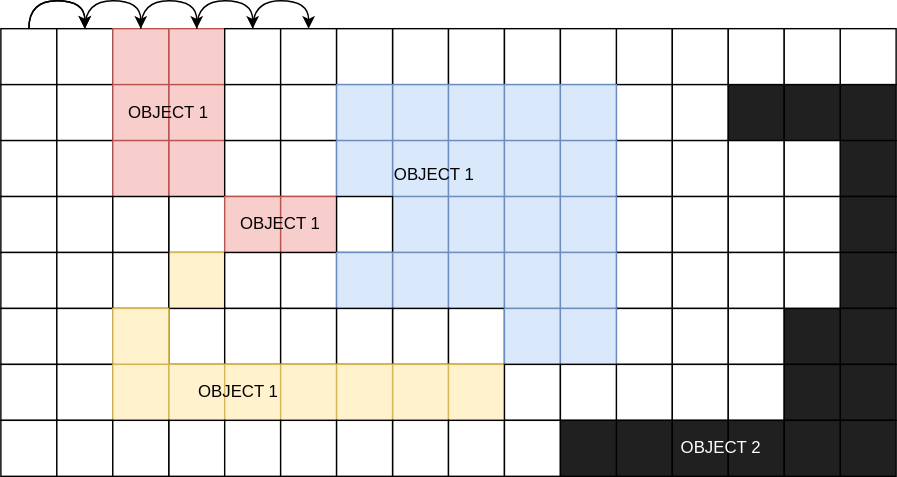
Earlier version of the draw.io export doc/linkruncca/linkruncca.drawio.svg (Topi-ab/linkruncca). Source tidied: cells renumbered, new cells last; positions are measured from the earlier drawing's top-left corner, leaving out a move shared by most shapes.
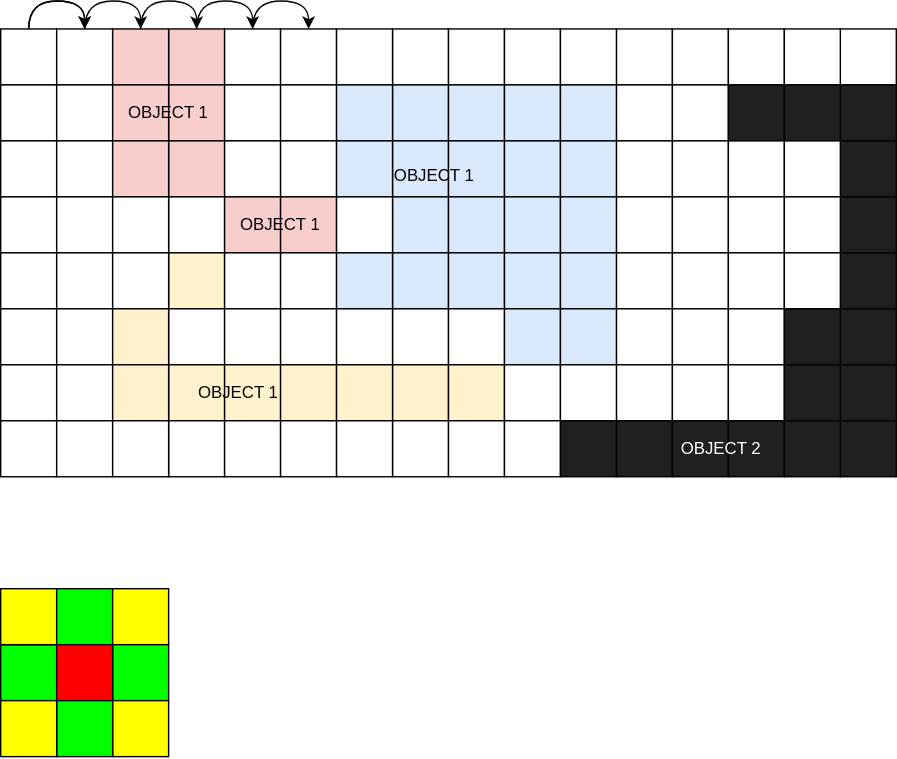
After the commit.

The edit, as a diff of the source:
```diff
@@ -11,10 +11,10 @@
     <mxCell id="4" style="whiteSpace=wrap;html=1;" parent="1" vertex="1">
       <mxGeometry x="40" y="20" width="40" height="40" as="geometry" />
     </mxCell>
-    <mxCell id="5" style="whiteSpace=wrap;html=1;fillColor=#f8cecc;strokeColor=#b85450;" parent="1" vertex="1">
+    <mxCell id="5" style="whiteSpace=wrap;html=1;fillColor=#f8cecc;strokeColor=light-dark(#000000, #d7817e);" parent="1" vertex="1">
       <mxGeometry x="120" y="20" width="40" height="40" as="geometry" />
     </mxCell>
-    <mxCell id="6" style="whiteSpace=wrap;html=1;fillColor=#f8cecc;strokeColor=#b85450;" parent="1" vertex="1">
+    <mxCell id="6" style="whiteSpace=wrap;html=1;fillColor=#f8cecc;strokeColor=light-dark(#000000, #d7817e);" parent="1" vertex="1">
       <mxGeometry x="80" y="20" width="40" height="40" as="geometry" />
     </mxCell>
     <mxCell id="7" style="whiteSpace=wrap;html=1;" parent="1" vertex="1">
@@ -59,10 +59,10 @@
     <mxCell id="20" style="whiteSpace=wrap;html=1;" parent="1" vertex="1">
       <mxGeometry x="40" y="60" width="40" height="40" as="geometry" />
     </mxCell>
-    <mxCell id="21" style="whiteSpace=wrap;html=1;fillColor=#f8cecc;strokeColor=#b85450;" parent="1" vertex="1">
+    <mxCell id="21" style="whiteSpace=wrap;html=1;fillColor=#f8cecc;strokeColor=light-dark(#000000, #d7817e);" parent="1" vertex="1">
       <mxGeometry x="120" y="60" width="40" height="40" as="geometry" />
     </mxCell>
-    <mxCell id="22" style="whiteSpace=wrap;html=1;fillColor=#f8cecc;strokeColor=#b85450;" parent="1" vertex="1">
+    <mxCell id="22" style="whiteSpace=wrap;html=1;fillColor=#f8cecc;strokeColor=light-dark(#000000, #d7817e);" parent="1" vertex="1">
       <mxGeometry x="80" y="60" width="40" height="40" as="geometry" />
     </mxCell>
     <mxCell id="23" style="whiteSpace=wrap;html=1;" parent="1" vertex="1">
@@ -71,22 +71,22 @@
     <mxCell id="24" style="whiteSpace=wrap;html=1;" parent="1" vertex="1">
       <mxGeometry x="200" y="60" width="40" height="40" as="geometry" />
     </mxCell>
-    <mxCell id="25" style="whiteSpace=wrap;html=1;fillColor=#dae8fc;strokeColor=#6c8ebf;" parent="1" vertex="1">
+    <mxCell id="25" style="whiteSpace=wrap;html=1;fillColor=#dae8fc;strokeColor=#000000;" parent="1" vertex="1">
       <mxGeometry x="280" y="60" width="40" height="40" as="geometry" />
     </mxCell>
-    <mxCell id="26" style="whiteSpace=wrap;html=1;fillColor=#dae8fc;strokeColor=#6c8ebf;" parent="1" vertex="1">
+    <mxCell id="26" style="whiteSpace=wrap;html=1;fillColor=#dae8fc;strokeColor=#000000;" parent="1" vertex="1">
       <mxGeometry x="240" y="60" width="40" height="40" as="geometry" />
     </mxCell>
-    <mxCell id="27" style="whiteSpace=wrap;html=1;fillColor=#dae8fc;strokeColor=#6c8ebf;" parent="1" vertex="1">
+    <mxCell id="27" style="whiteSpace=wrap;html=1;fillColor=#dae8fc;strokeColor=#000000;" parent="1" vertex="1">
       <mxGeometry x="320" y="60" width="40" height="40" as="geometry" />
     </mxCell>
-    <mxCell id="28" style="whiteSpace=wrap;html=1;fillColor=#dae8fc;strokeColor=#6c8ebf;" parent="1" vertex="1">
+    <mxCell id="28" style="whiteSpace=wrap;html=1;fillColor=#dae8fc;strokeColor=#000000;" parent="1" vertex="1">
       <mxGeometry x="360" y="60" width="40" height="40" as="geometry" />
     </mxCell>
     <mxCell id="29" style="whiteSpace=wrap;html=1;" parent="1" vertex="1">
       <mxGeometry x="440" y="60" width="40" height="40" as="geometry" />
     </mxCell>
-    <mxCell id="30" style="whiteSpace=wrap;html=1;fillColor=#dae8fc;strokeColor=#6c8ebf;" parent="1" vertex="1">
+    <mxCell id="30" style="whiteSpace=wrap;html=1;fillColor=#dae8fc;strokeColor=#000000;" parent="1" vertex="1">
       <mxGeometry x="400" y="60" width="40" height="40" as="geometry" />
     </mxCell>
     <mxCell id="31" style="whiteSpace=wrap;html=1;" parent="1" vertex="1">
@@ -107,10 +107,10 @@
     <mxCell id="36" style="whiteSpace=wrap;html=1;" parent="1" vertex="1">
       <mxGeometry x="40" y="100" width="40" height="40" as="geometry" />
     </mxCell>
-    <mxCell id="37" style="whiteSpace=wrap;html=1;fillColor=#f8cecc;strokeColor=#b85450;" parent="1" vertex="1">
+    <mxCell id="37" style="whiteSpace=wrap;html=1;fillColor=#f8cecc;strokeColor=light-dark(#000000, #d7817e);" parent="1" vertex="1">
       <mxGeometry x="120" y="100" width="40" height="40" as="geometry" />
     </mxCell>
-    <mxCell id="38" style="whiteSpace=wrap;html=1;fillColor=#f8cecc;strokeColor=#b85450;" parent="1" vertex="1">
+    <mxCell id="38" style="whiteSpace=wrap;html=1;fillColor=#f8cecc;strokeColor=light-dark(#000000, #d7817e);" parent="1" vertex="1">
       <mxGeometry x="80" y="100" width="40" height="40" as="geometry" />
     </mxCell>
     <mxCell id="39" style="whiteSpace=wrap;html=1;" parent="1" vertex="1">
@@ -119,22 +119,22 @@
     <mxCell id="40" style="whiteSpace=wrap;html=1;" parent="1" vertex="1">
       <mxGeometry x="200" y="100" width="40" height="40" as="geometry" />
     </mxCell>
-    <mxCell id="41" style="whiteSpace=wrap;html=1;fillColor=#dae8fc;strokeColor=#6c8ebf;" parent="1" vertex="1">
+    <mxCell id="41" style="whiteSpace=wrap;html=1;fillColor=#dae8fc;strokeColor=#000000;" parent="1" vertex="1">
       <mxGeometry x="280" y="100" width="40" height="40" as="geometry" />
     </mxCell>
-    <mxCell id="42" style="whiteSpace=wrap;html=1;fillColor=#dae8fc;strokeColor=#6c8ebf;" parent="1" vertex="1">
+    <mxCell id="42" style="whiteSpace=wrap;html=1;fillColor=#dae8fc;strokeColor=#000000;" parent="1" vertex="1">
       <mxGeometry x="240" y="100" width="40" height="40" as="geometry" />
     </mxCell>
-    <mxCell id="43" style="whiteSpace=wrap;html=1;fillColor=#dae8fc;strokeColor=#6c8ebf;" parent="1" vertex="1">
+    <mxCell id="43" style="whiteSpace=wrap;html=1;fillColor=#dae8fc;strokeColor=#000000;" parent="1" vertex="1">
       <mxGeometry x="320" y="100" width="40" height="40" as="geometry" />
     </mxCell>
-    <mxCell id="44" style="whiteSpace=wrap;html=1;fillColor=#dae8fc;strokeColor=#6c8ebf;" parent="1" vertex="1">
+    <mxCell id="44" style="whiteSpace=wrap;html=1;fillColor=#dae8fc;strokeColor=#000000;" parent="1" vertex="1">
       <mxGeometry x="360" y="100" width="40" height="40" as="geometry" />
     </mxCell>
     <mxCell id="45" style="whiteSpace=wrap;html=1;" parent="1" vertex="1">
       <mxGeometry x="440" y="100" width="40" height="40" as="geometry" />
     </mxCell>
-    <mxCell id="46" style="whiteSpace=wrap;html=1;fillColor=#dae8fc;strokeColor=#6c8ebf;" parent="1" vertex="1">
+    <mxCell id="46" style="whiteSpace=wrap;html=1;fillColor=#dae8fc;strokeColor=#000000;" parent="1" vertex="1">
       <mxGeometry x="400" y="100" width="40" height="40" as="geometry" />
     </mxCell>
     <mxCell id="47" style="whiteSpace=wrap;html=1;" parent="1" vertex="1">
@@ -161,28 +161,28 @@
     <mxCell id="54" style="whiteSpace=wrap;html=1;" parent="1" vertex="1">
       <mxGeometry x="80" y="140" width="40" height="40" as="geometry" />
     </mxCell>
-    <mxCell id="55" style="whiteSpace=wrap;html=1;fillColor=#f8cecc;strokeColor=#b85450;" parent="1" vertex="1">
+    <mxCell id="55" style="whiteSpace=wrap;html=1;fillColor=#f8cecc;strokeColor=light-dark(#000000, #d7817e);" parent="1" vertex="1">
       <mxGeometry x="160" y="140" width="40" height="40" as="geometry" />
     </mxCell>
-    <mxCell id="56" style="whiteSpace=wrap;html=1;fillColor=#f8cecc;strokeColor=#b85450;" parent="1" vertex="1">
+    <mxCell id="56" style="whiteSpace=wrap;html=1;fillColor=#f8cecc;strokeColor=light-dark(#000000, #d7817e);" parent="1" vertex="1">
       <mxGeometry x="200" y="140" width="40" height="40" as="geometry" />
     </mxCell>
-    <mxCell id="57" style="whiteSpace=wrap;html=1;fillColor=#dae8fc;strokeColor=#6c8ebf;" parent="1" vertex="1">
+    <mxCell id="57" style="whiteSpace=wrap;html=1;fillColor=#dae8fc;strokeColor=#000000;" parent="1" vertex="1">
       <mxGeometry x="280" y="140" width="40" height="40" as="geometry" />
     </mxCell>
     <mxCell id="58" style="whiteSpace=wrap;html=1;" parent="1" vertex="1">
       <mxGeometry x="240" y="140" width="40" height="40" as="geometry" />
     </mxCell>
-    <mxCell id="59" style="whiteSpace=wrap;html=1;fillColor=#dae8fc;strokeColor=#6c8ebf;" parent="1" vertex="1">
+    <mxCell id="59" style="whiteSpace=wrap;html=1;fillColor=#dae8fc;strokeColor=#000000;" parent="1" vertex="1">
       <mxGeometry x="320" y="140" width="40" height="40" as="geometry" />
     </mxCell>
-    <mxCell id="60" style="whiteSpace=wrap;html=1;fillColor=#dae8fc;strokeColor=#6c8ebf;" parent="1" vertex="1">
+    <mxCell id="60" style="whiteSpace=wrap;html=1;fillColor=#dae8fc;strokeColor=#000000;" parent="1" vertex="1">
       <mxGeometry x="360" y="140" width="40" height="40" as="geometry" />
     </mxCell>
     <mxCell id="61" style="whiteSpace=wrap;html=1;" parent="1" vertex="1">
       <mxGeometry x="440" y="140" width="40" height="40" as="geometry" />
     </mxCell>
-    <mxCell id="62" style="whiteSpace=wrap;html=1;fillColor=#dae8fc;strokeColor=#6c8ebf;" parent="1" vertex="1">
+    <mxCell id="62" style="whiteSpace=wrap;html=1;fillColor=#dae8fc;strokeColor=#000000;" parent="1" vertex="1">
       <mxGeometry x="400" y="140" width="40" height="40" as="geometry" />
     </mxCell>
     <mxCell id="63" style="whiteSpace=wrap;html=1;" parent="1" vertex="1">
@@ -203,7 +203,7 @@
     <mxCell id="68" style="whiteSpace=wrap;html=1;" parent="1" vertex="1">
       <mxGeometry x="40" y="180" width="40" height="40" as="geometry" />
     </mxCell>
-    <mxCell id="69" style="whiteSpace=wrap;html=1;fillColor=#fff2cc;strokeColor=#d6b656;" parent="1" vertex="1">
+    <mxCell id="69" style="whiteSpace=wrap;html=1;fillColor=#fff2cc;strokeColor=#000000;" parent="1" vertex="1">
       <mxGeometry x="120" y="180" width="40" height="40" as="geometry" />
     </mxCell>
     <mxCell id="70" style="whiteSpace=wrap;html=1;" parent="1" vertex="1">
@@ -215,22 +215,22 @@
     <mxCell id="72" style="whiteSpace=wrap;html=1;" parent="1" vertex="1">
       <mxGeometry x="200" y="180" width="40" height="40" as="geometry" />
     </mxCell>
-    <mxCell id="73" style="whiteSpace=wrap;html=1;fillColor=#dae8fc;strokeColor=#6c8ebf;" parent="1" vertex="1">
+    <mxCell id="73" style="whiteSpace=wrap;html=1;fillColor=#dae8fc;strokeColor=#000000;" parent="1" vertex="1">
       <mxGeometry x="280" y="180" width="40" height="40" as="geometry" />
     </mxCell>
-    <mxCell id="74" style="whiteSpace=wrap;html=1;fillColor=#dae8fc;strokeColor=#6c8ebf;" parent="1" vertex="1">
+    <mxCell id="74" style="whiteSpace=wrap;html=1;fillColor=#dae8fc;strokeColor=#000000;" parent="1" vertex="1">
       <mxGeometry x="240" y="180" width="40" height="40" as="geometry" />
     </mxCell>
-    <mxCell id="75" style="whiteSpace=wrap;html=1;fillColor=#dae8fc;strokeColor=#6c8ebf;" parent="1" vertex="1">
+    <mxCell id="75" style="whiteSpace=wrap;html=1;fillColor=#dae8fc;strokeColor=#000000;" parent="1" vertex="1">
       <mxGeometry x="320" y="180" width="40" height="40" as="geometry" />
     </mxCell>
-    <mxCell id="76" style="whiteSpace=wrap;html=1;fillColor=#dae8fc;strokeColor=#6c8ebf;" parent="1" vertex="1">
+    <mxCell id="76" style="whiteSpace=wrap;html=1;fillColor=#dae8fc;strokeColor=#000000;" parent="1" vertex="1">
       <mxGeometry x="360" y="180" width="40" height="40" as="geometry" />
     </mxCell>
     <mxCell id="77" style="whiteSpace=wrap;html=1;" parent="1" vertex="1">
       <mxGeometry x="440" y="180" width="40" height="40" as="geometry" />
     </mxCell>
-    <mxCell id="78" style="whiteSpace=wrap;html=1;fillColor=#dae8fc;strokeColor=#6c8ebf;" parent="1" vertex="1">
+    <mxCell id="78" style="whiteSpace=wrap;html=1;fillColor=#dae8fc;strokeColor=#000000;" parent="1" vertex="1">
       <mxGeometry x="400" y="180" width="40" height="40" as="geometry" />
     </mxCell>
     <mxCell id="79" style="whiteSpace=wrap;html=1;" parent="1" vertex="1">
@@ -254,7 +254,7 @@
     <mxCell id="85" style="whiteSpace=wrap;html=1;" parent="1" vertex="1">
       <mxGeometry x="120" y="220" width="40" height="40" as="geometry" />
     </mxCell>
-    <mxCell id="86" style="whiteSpace=wrap;html=1;fillColor=#fff2cc;strokeColor=#d6b656;" parent="1" vertex="1">
+    <mxCell id="86" style="whiteSpace=wrap;html=1;fillColor=#fff2cc;strokeColor=#000000;" parent="1" vertex="1">
       <mxGeometry x="80" y="220" width="40" height="40" as="geometry" />
     </mxCell>
     <mxCell id="87" style="whiteSpace=wrap;html=1;" parent="1" vertex="1">
@@ -272,13 +272,13 @@
     <mxCell id="91" style="whiteSpace=wrap;html=1;" parent="1" vertex="1">
       <mxGeometry x="320" y="220" width="40" height="40" as="geometry" />
     </mxCell>
-    <mxCell id="92" style="whiteSpace=wrap;html=1;fillColor=#dae8fc;strokeColor=#6c8ebf;" parent="1" vertex="1">
+    <mxCell id="92" style="whiteSpace=wrap;html=1;fillColor=#dae8fc;strokeColor=#000000;" parent="1" vertex="1">
       <mxGeometry x="360" y="220" width="40" height="40" as="geometry" />
     </mxCell>
     <mxCell id="93" style="whiteSpace=wrap;html=1;" parent="1" vertex="1">
       <mxGeometry x="440" y="220" width="40" height="40" as="geometry" />
     </mxCell>
-    <mxCell id="94" style="whiteSpace=wrap;html=1;fillColor=#dae8fc;strokeColor=#6c8ebf;" parent="1" vertex="1">
+    <mxCell id="94" style="whiteSpace=wrap;html=1;fillColor=#dae8fc;strokeColor=#000000;" parent="1" vertex="1">
       <mxGeometry x="400" y="220" width="40" height="40" as="geometry" />
     </mxCell>
     <mxCell id="95" style="whiteSpace=wrap;html=1;" parent="1" vertex="1">
@@ -299,25 +299,25 @@
     <mxCell id="100" style="whiteSpace=wrap;html=1;" parent="1" vertex="1">
       <mxGeometry x="40" y="260" width="40" height="40" as="geometry" />
     </mxCell>
-    <mxCell id="101" style="whiteSpace=wrap;html=1;fillColor=#fff2cc;strokeColor=#d6b656;" parent="1" vertex="1">
+    <mxCell id="101" style="whiteSpace=wrap;html=1;fillColor=#fff2cc;strokeColor=#000000;" parent="1" vertex="1">
       <mxGeometry x="120" y="260" width="40" height="40" as="geometry" />
     </mxCell>
-    <mxCell id="102" style="whiteSpace=wrap;html=1;fillColor=#fff2cc;strokeColor=#d6b656;" parent="1" vertex="1">
+    <mxCell id="102" style="whiteSpace=wrap;html=1;fillColor=#fff2cc;strokeColor=#000000;" parent="1" vertex="1">
       <mxGeometry x="80" y="260" width="40" height="40" as="geometry" />
     </mxCell>
-    <mxCell id="103" style="whiteSpace=wrap;html=1;fillColor=#fff2cc;strokeColor=#d6b656;" parent="1" vertex="1">
+    <mxCell id="103" style="whiteSpace=wrap;html=1;fillColor=#fff2cc;strokeColor=#000000;" parent="1" vertex="1">
       <mxGeometry x="160" y="260" width="40" height="40" as="geometry" />
     </mxCell>
-    <mxCell id="104" style="whiteSpace=wrap;html=1;fillColor=#fff2cc;strokeColor=#d6b656;" parent="1" vertex="1">
+    <mxCell id="104" style="whiteSpace=wrap;html=1;fillColor=#fff2cc;strokeColor=#000000;" parent="1" vertex="1">
       <mxGeometry x="200" y="260" width="40" height="40" as="geometry" />
     </mxCell>
-    <mxCell id="105" style="whiteSpace=wrap;html=1;fillColor=#fff2cc;strokeColor=#d6b656;" parent="1" vertex="1">
+    <mxCell id="105" style="whiteSpace=wrap;html=1;fillColor=#fff2cc;strokeColor=#000000;" parent="1" vertex="1">
       <mxGeometry x="280" y="260" width="40" height="40" as="geometry" />
     </mxCell>
-    <mxCell id="106" style="whiteSpace=wrap;html=1;fillColor=#fff2cc;strokeColor=#d6b656;" parent="1" vertex="1">
+    <mxCell id="106" style="whiteSpace=wrap;html=1;fillColor=#fff2cc;strokeColor=#000000;" parent="1" vertex="1">
       <mxGeometry x="240" y="260" width="40" height="40" as="geometry" />
     </mxCell>
-    <mxCell id="107" style="whiteSpace=wrap;html=1;fillColor=#fff2cc;strokeColor=#d6b656;" parent="1" vertex="1">
+    <mxCell id="107" style="whiteSpace=wrap;html=1;fillColor=#fff2cc;strokeColor=#000000;" parent="1" vertex="1">
       <mxGeometry x="320" y="260" width="40" height="40" as="geometry" />
     </mxCell>
     <mxCell id="108" style="whiteSpace=wrap;html=1;" parent="1" vertex="1">
@@ -452,5 +452,32 @@
     <mxCell id="140" value="OBJECT 1" style="text;html=1;align=center;verticalAlign=middle;whiteSpace=wrap;rounded=0;" parent="1" vertex="1">
       <mxGeometry x="170" y="145" width="60" height="30" as="geometry" />
     </mxCell>
+    <mxCell id="141" style="whiteSpace=wrap;html=1;fillColor=#00FF00;gradientColor=none;strokeColor=default;" parent="1" vertex="1">
+      <mxGeometry y="460" width="40" height="40" as="geometry" />
+    </mxCell>
+    <mxCell id="142" style="whiteSpace=wrap;html=1;fillColor=#FFFF00;gradientColor=none;strokeColor=default;" parent="1" vertex="1">
+      <mxGeometry y="420" width="40" height="40" as="geometry" />
+    </mxCell>
+    <mxCell id="143" style="whiteSpace=wrap;html=1;fillColor=#00FF00;gradientColor=none;strokeColor=default;" parent="1" vertex="1">
+      <mxGeometry x="40" y="420" width="40" height="40" as="geometry" />
+    </mxCell>
+    <mxCell id="144" style="whiteSpace=wrap;html=1;fillColor=#FFFF00;strokeColor=default;gradientColor=none;" parent="1" vertex="1">
+      <mxGeometry x="80" y="420" width="40" height="40" as="geometry" />
+    </mxCell>
+    <mxCell id="145" style="whiteSpace=wrap;html=1;fillColor=#00FF00;strokeColor=default;gradientColor=none;" parent="1" vertex="1">
+      <mxGeometry x="80" y="460" width="40" height="40" as="geometry" />
+    </mxCell>
+    <mxCell id="146" style="whiteSpace=wrap;html=1;fillColor=#FF0000;gradientColor=none;strokeColor=default;" parent="1" vertex="1">
+      <mxGeometry x="40" y="460" width="40" height="40" as="geometry" />
+    </mxCell>
+    <mxCell id="147" style="whiteSpace=wrap;html=1;fillColor=#FFFF00;gradientColor=none;strokeColor=default;" parent="1" vertex="1">
+      <mxGeometry x="80" y="500" width="40" height="40" as="geometry" />
+    </mxCell>
+    <mxCell id="148" style="whiteSpace=wrap;html=1;fillColor=#00FF00;strokeColor=default;gradientColor=none;" parent="1" vertex="1">
+      <mxGeometry x="40" y="500" width="40" height="40" as="geometry" />
+    </mxCell>
+    <mxCell id="149" style="whiteSpace=wrap;html=1;fillColor=#FFFF00;strokeColor=default;gradientColor=none;" parent="1" vertex="1">
+      <mxGeometry y="500" width="40" height="40" as="geometry" />
+    </mxCell>
   </root>
 </mxGraphModel>
```
